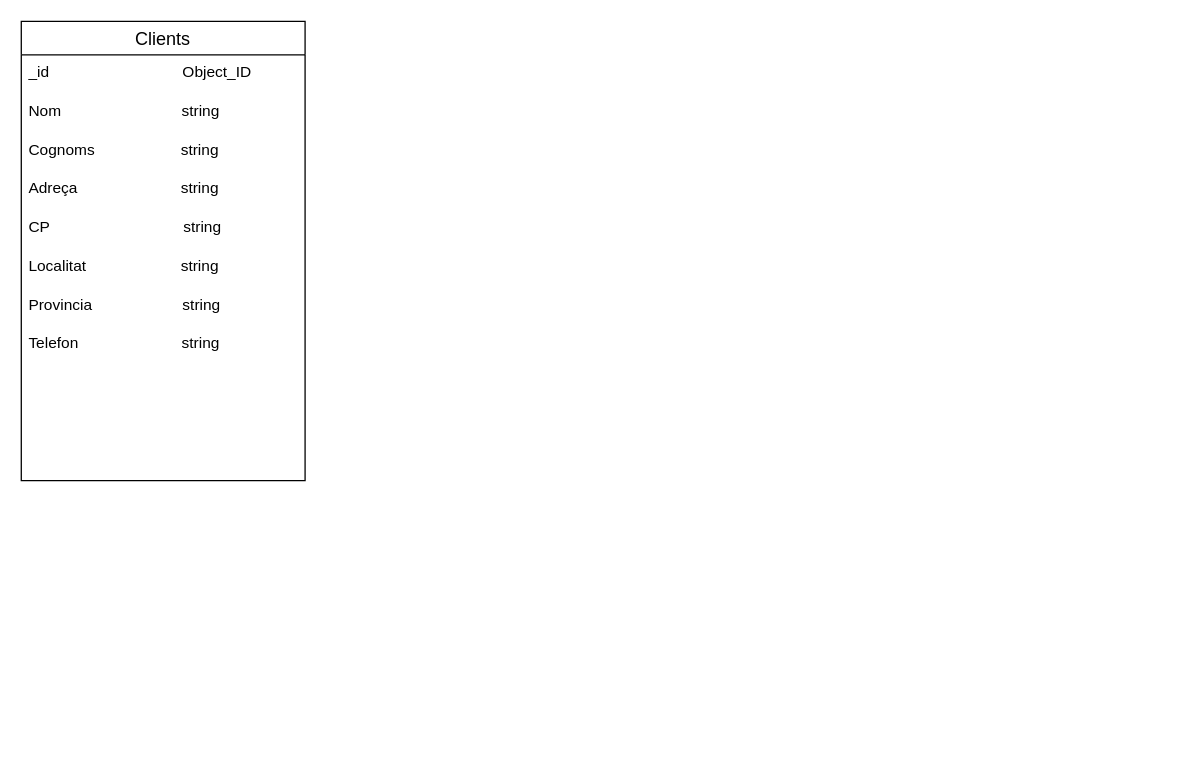
The draw.io diagram MongoDB/Entrega 2.3 - Estructures/pizzeria_tomas/DiagramPizzeria.drawio in tomsanmul/Sprint2, before the edit. Source tidied: cells renumbered, new cells numbered last; positions are measured from the earlier drawing's top-left corner, leaving out a move shared by most shapes. Both pictures are drawn from the tidied source at 129%, with x=0, y=0 at pixel (21, 21).
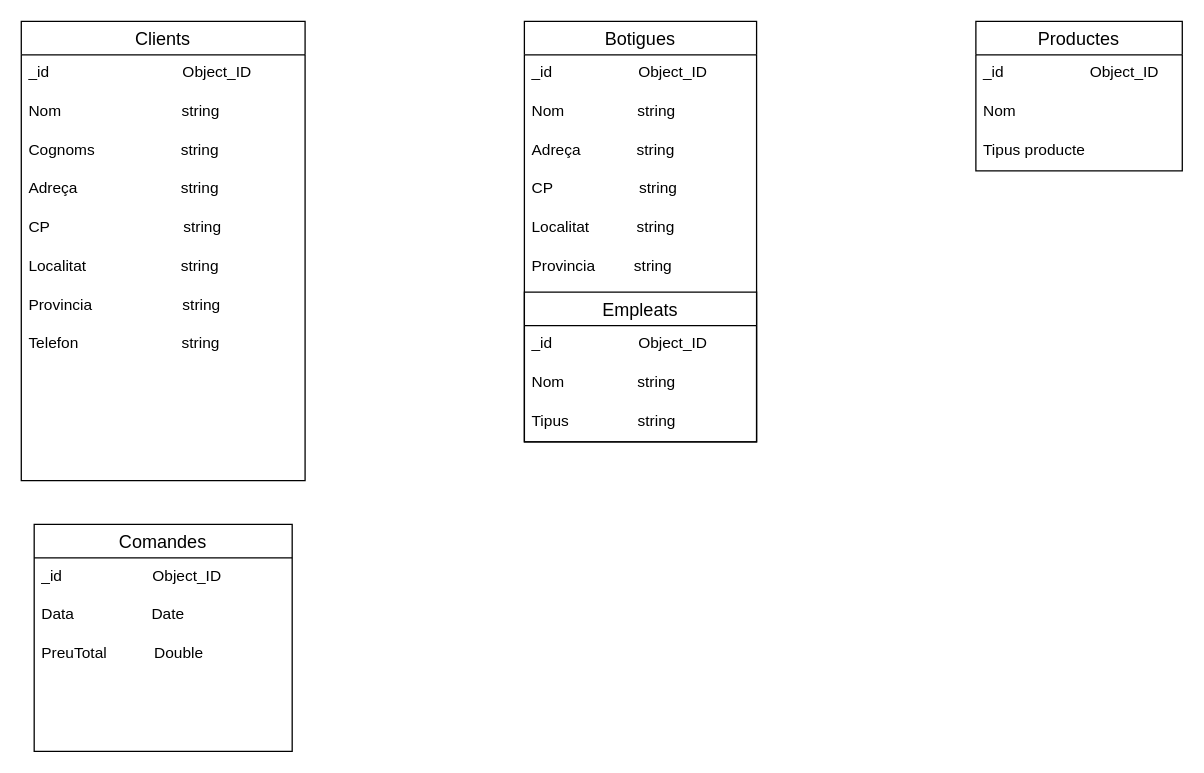
After the change.

The edit, as a diff of the source:
```diff
@@
+    <mxCell id="14" value="Botigues" style="swimlane;fontStyle=0;horizontal=1;startSize=26;align=center;fontSize=14;" parent="1" vertex="1">
+      <mxGeometry x="390" width="180" height="326" as="geometry" />
+    </mxCell>
+    <mxCell id="15" value="_id                    Object_ID" style="text;strokeColor=none;fillColor=none;spacingLeft=4;spacingRight=4;overflow=hidden;fontSize=12;" parent="14" vertex="1">
+      <mxGeometry y="26" width="180" height="30" as="geometry" />
+    </mxCell>
+    <mxCell id="16" value="Nom                 string" style="text;strokeColor=none;fillColor=none;spacingLeft=4;spacingRight=4;overflow=hidden;fontSize=12;" parent="14" vertex="1">
+      <mxGeometry y="56" width="180" height="30" as="geometry" />
+    </mxCell>
+    <mxCell id="17" value="Adreça             string" style="text;strokeColor=none;fillColor=none;spacingLeft=4;spacingRight=4;overflow=hidden;fontSize=12;" parent="14" vertex="1">
+      <mxGeometry y="86" width="180" height="30" as="geometry" />
+    </mxCell>
+    <mxCell id="18" value="CP                    string" style="text;strokeColor=none;fillColor=none;spacingLeft=4;spacingRight=4;overflow=hidden;fontSize=12;" parent="14" vertex="1">
+      <mxGeometry y="116" width="180" height="30" as="geometry" />
+    </mxCell>
+    <mxCell id="19" value="Localitat           string" style="text;strokeColor=none;fillColor=none;spacingLeft=4;spacingRight=4;overflow=hidden;fontSize=12;" parent="14" vertex="1">
+      <mxGeometry y="146" width="180" height="30" as="geometry" />
+    </mxCell>
+    <mxCell id="20" value="Provincia         string" style="text;strokeColor=none;fillColor=none;spacingLeft=4;spacingRight=4;overflow=hidden;fontSize=12;" parent="14" vertex="1">
+      <mxGeometry y="176" width="180" height="34" as="geometry" />
+    </mxCell>
+    <mxCell id="21" value="Empleats" style="swimlane;fontStyle=0;horizontal=1;startSize=26;align=center;fontSize=14;" parent="14" vertex="1">
+      <mxGeometry y="210" width="180" height="116" as="geometry" />
+    </mxCell>
+    <mxCell id="22" value="_id                    Object_ID" style="text;strokeColor=none;fillColor=none;spacingLeft=4;spacingRight=4;overflow=hidden;fontSize=12;" parent="21" vertex="1">
+      <mxGeometry y="26" width="180" height="30" as="geometry" />
+    </mxCell>
+    <mxCell id="23" value="Nom                  string" style="text;strokeColor=none;fillColor=none;spacingLeft=4;spacingRight=4;overflow=hidden;fontSize=12;" parent="21" vertex="1">
+      <mxGeometry y="56" width="180" height="30" as="geometry" />
+    </mxCell>
+    <mxCell id="24" value="Tipus                string" style="text;strokeColor=none;fillColor=none;spacingLeft=4;spacingRight=4;overflow=hidden;fontSize=12;" parent="21" vertex="1">
+      <mxGeometry y="86" width="180" height="30" as="geometry" />
+    </mxCell>
+    <mxCell id="25" value="Productes" style="swimlane;fontStyle=0;horizontal=1;startSize=26;align=center;fontSize=14;" parent="1" vertex="1">
+      <mxGeometry x="740" width="160" height="116" as="geometry" />
+    </mxCell>
+    <mxCell id="26" value="_id                    Object_ID" style="text;strokeColor=none;fillColor=none;spacingLeft=4;spacingRight=4;overflow=hidden;fontSize=12;" parent="25" vertex="1">
+      <mxGeometry y="26" width="160" height="30" as="geometry" />
+    </mxCell>
+    <mxCell id="27" value="Nom" style="text;strokeColor=none;fillColor=none;spacingLeft=4;spacingRight=4;overflow=hidden;fontSize=12;" parent="25" vertex="1">
+      <mxGeometry y="56" width="160" height="30" as="geometry" />
+    </mxCell>
+    <mxCell id="28" value="Tipus producte" style="text;strokeColor=none;fillColor=none;spacingLeft=4;spacingRight=4;overflow=hidden;fontSize=12;" parent="25" vertex="1">
+      <mxGeometry y="86" width="160" height="30" as="geometry" />
+    </mxCell>
+    <mxCell id="29" value="Comandes" style="swimlane;fontStyle=0;horizontal=1;startSize=26;align=center;fontSize=14;" parent="1" vertex="1">
+      <mxGeometry x="10" y="390" width="200" height="176" as="geometry" />
+    </mxCell>
+    <mxCell id="30" value="_id                     Object_ID" style="text;strokeColor=none;fillColor=none;spacingLeft=4;spacingRight=4;overflow=hidden;fontSize=12;" parent="29" vertex="1">
+      <mxGeometry y="26" width="200" height="30" as="geometry" />
+    </mxCell>
+    <mxCell id="31" value="Data                  Date" style="text;strokeColor=none;fillColor=none;spacingLeft=4;spacingRight=4;overflow=hidden;fontSize=12;" parent="29" vertex="1">
+      <mxGeometry y="56" width="200" height="30" as="geometry" />
+    </mxCell>
+    <mxCell id="32" value="PreuTotal           Double" style="text;strokeColor=none;fillColor=none;spacingLeft=4;spacingRight=4;overflow=hidden;fontSize=12;" parent="29" vertex="1">
+      <mxGeometry y="86" width="200" height="30" as="geometry" />
+    </mxCell>
+    <mxCell id="33" style="text;strokeColor=none;fillColor=none;spacingLeft=4;spacingRight=4;overflow=hidden;fontSize=12;" parent="29" vertex="1">
+      <mxGeometry y="116" width="200" height="30" as="geometry" />
+    </mxCell>
+    <mxCell id="34" style="text;strokeColor=none;fillColor=none;spacingLeft=4;spacingRight=4;overflow=hidden;fontSize=12;" parent="29" vertex="1">
+      <mxGeometry y="146" width="200" height="30" as="geometry" />
+    </mxCell>
```
